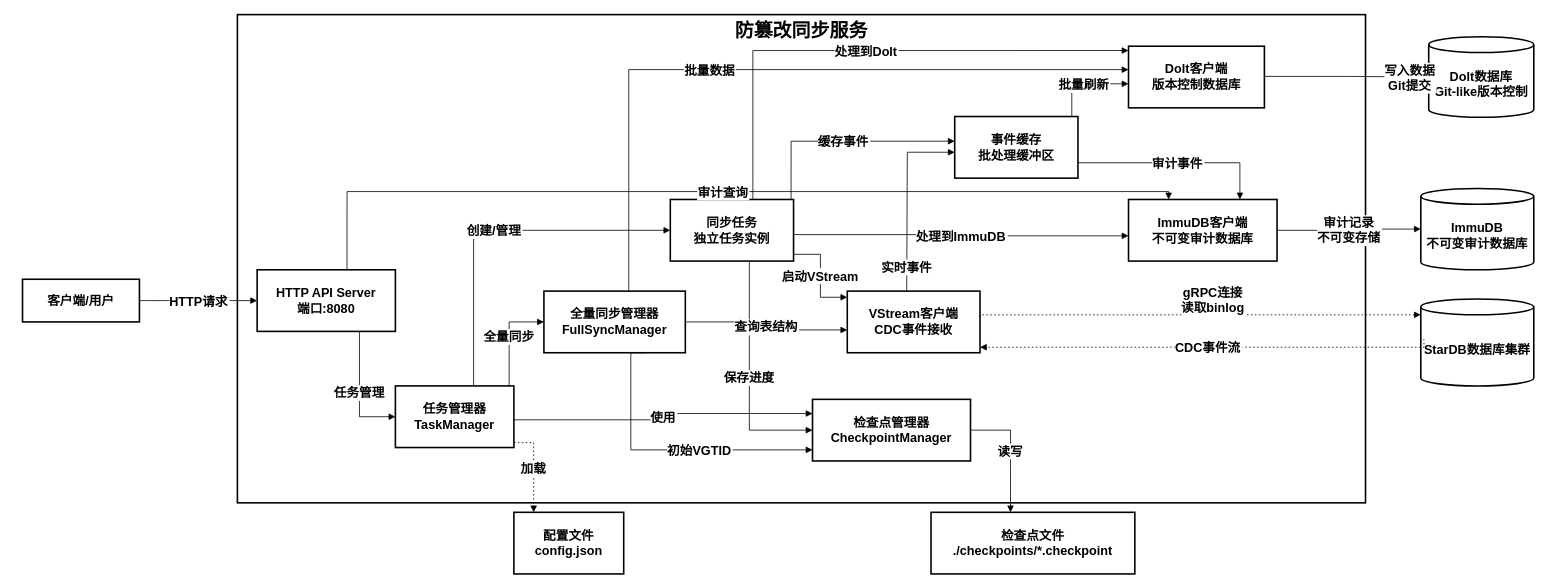
zjtheone/read-the-fxxk-code keeps this draw.io diagram as 未命名绘图.drawio. Above is the earlier version. Source tidied: cells renumbered, new cells numbered last; positions are measured from the earlier drawing's top-left corner, leaving out a move shared by most shapes. Both pictures are drawn from the tidied source at 79%, with x=0, y=0 at pixel (22, 14).
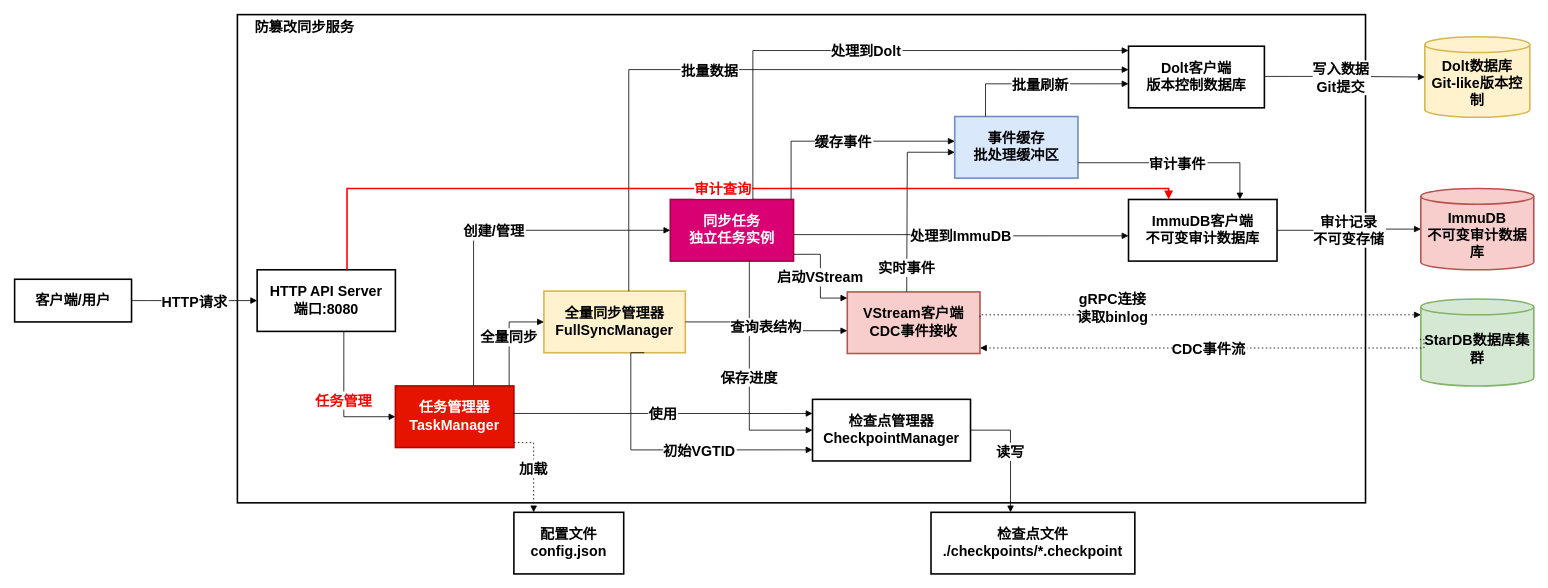
After the change.

The edit, as a diff of the source:
```diff
@@
-    <mxCell id="2" value="防篡改同步服务" style="whiteSpace=wrap;strokeWidth=2;verticalAlign=top;fontSize=24;fontStyle=1;" parent="1" vertex="1">
+    <mxCell id="2" value="    防篡改同步服务" style="whiteSpace=wrap;strokeWidth=2;verticalAlign=top;fontSize=18;fontStyle=1;align=left;" parent="1" vertex="1">
       <mxGeometry x="272" width="1428" height="618" as="geometry" />
     </mxCell>
-    <mxCell id="3" value="HTTP API Server&#10;端口:8080" style="whiteSpace=wrap;strokeWidth=2;fontSize=16;fontStyle=1;" parent="1" vertex="1">
+    <mxCell id="3" value="HTTP API Server&#10;端口:8080" style="whiteSpace=wrap;strokeWidth=2;fontSize=18;fontStyle=1;" parent="1" vertex="1">
       <mxGeometry x="297" y="323" width="175" height="78" as="geometry" />
     </mxCell>
-    <mxCell id="4" value="任务管理器&#10;TaskManager" style="whiteSpace=wrap;strokeWidth=2;fontSize=16;fontStyle=1;" parent="1" vertex="1">
+    <mxCell id="4" value="任务管理器&#10;TaskManager" style="whiteSpace=wrap;strokeWidth=2;fontSize=18;fontStyle=1;fillColor=#e51400;fontColor=#ffffff;strokeColor=#B20000;" parent="1" vertex="1">
       <mxGeometry x="472" y="470" width="150" height="78" as="geometry" />
     </mxCell>
-    <mxCell id="5" value="检查点管理器&#10;CheckpointManager" style="whiteSpace=wrap;strokeWidth=2;fontSize=16;fontStyle=1;" parent="1" vertex="1">
+    <mxCell id="5" value="检查点管理器&#10;CheckpointManager" style="whiteSpace=wrap;strokeWidth=2;fontSize=18;fontStyle=1;" parent="1" vertex="1">
       <mxGeometry x="1000" y="487" width="200" height="78" as="geometry" />
     </mxCell>
-    <mxCell id="6" value="全量同步管理器&#10;FullSyncManager" style="whiteSpace=wrap;strokeWidth=2;fontSize=16;fontStyle=1;" parent="1" vertex="1">
+    <mxCell id="6" value="全量同步管理器&#10;FullSyncManager" style="whiteSpace=wrap;strokeWidth=2;fontSize=18;fontStyle=1;fillColor=#fff2cc;strokeColor=#d6b656;" parent="1" vertex="1">
       <mxGeometry x="660" y="350" width="179" height="78" as="geometry" />
     </mxCell>
-    <mxCell id="7" value="VStream客户端&#10;CDC事件接收" style="whiteSpace=wrap;strokeWidth=2;fontSize=16;fontStyle=1;" parent="1" vertex="1">
-      <mxGeometry x="1044" y="350" width="168" height="78" as="geometry" />
+    <mxCell id="7" value="VStream客户端&#10;CDC事件接收" style="whiteSpace=wrap;strokeWidth=2;fontSize=18;fontStyle=1;fillColor=#f8cecc;strokeColor=#b85450;" parent="1" vertex="1">
+      <mxGeometry x="1044" y="351" width="168" height="78" as="geometry" />
     </mxCell>
-    <mxCell id="8" value="事件缓存&#10;批处理缓冲区" style="whiteSpace=wrap;strokeWidth=2;fontSize=16;fontStyle=1;" parent="1" vertex="1">
+    <mxCell id="8" value="事件缓存&#10;批处理缓冲区" style="whiteSpace=wrap;strokeWidth=2;fontSize=18;fontStyle=1;fillColor=#dae8fc;strokeColor=#6c8ebf;" parent="1" vertex="1">
       <mxGeometry x="1180" y="129" width="156" height="78" as="geometry" />
     </mxCell>
-    <mxCell id="9" value="同步任务&#10;独立任务实例" style="whiteSpace=wrap;strokeWidth=2;fontSize=16;fontStyle=1;" parent="1" vertex="1">
+    <mxCell id="9" value="同步任务&#10;独立任务实例" style="whiteSpace=wrap;strokeWidth=2;fontSize=18;fontStyle=1;fillColor=#d80073;fontColor=#ffffff;strokeColor=#A50040;" parent="1" vertex="1">
       <mxGeometry x="820" y="234" width="156" height="78" as="geometry" />
     </mxCell>
-    <mxCell id="10" value="Dolt客户端&#10;版本控制数据库" style="whiteSpace=wrap;strokeWidth=2;fontSize=16;fontStyle=1;" parent="1" vertex="1">
+    <mxCell id="10" value="Dolt客户端&#10;版本控制数据库" style="whiteSpace=wrap;strokeWidth=2;fontSize=18;fontStyle=1;" parent="1" vertex="1">
       <mxGeometry x="1400" y="40" width="172" height="78" as="geometry" />
     </mxCell>
-    <mxCell id="11" value="ImmuDB客户端&#10;不可变审计数据库" style="whiteSpace=wrap;strokeWidth=2;fontSize=16;fontStyle=1;" parent="1" vertex="1">
+    <mxCell id="11" value="ImmuDB客户端&#10;不可变审计数据库" style="whiteSpace=wrap;strokeWidth=2;fontSize=18;fontStyle=1;" parent="1" vertex="1">
       <mxGeometry x="1400" y="234" width="188" height="78" as="geometry" />
     </mxCell>
-    <mxCell id="12" value="客户端/用户" style="whiteSpace=wrap;strokeWidth=2;fontSize=16;fontStyle=1;" parent="1" vertex="1">
-      <mxGeometry y="335" width="148" height="54" as="geometry" />
+    <mxCell id="12" value="客户端/用户" style="whiteSpace=wrap;strokeWidth=2;fontSize=18;fontStyle=1;" parent="1" vertex="1">
+      <mxGeometry x="-10" y="335" width="148" height="54" as="geometry" />
     </mxCell>
-    <mxCell id="13" value="StarDB数据库集群" style="shape=cylinder3;boundedLbl=1;backgroundOutline=1;size=10;strokeWidth=2;whiteSpace=wrap;fontSize=16;fontStyle=1;" parent="1" vertex="1">
+    <mxCell id="13" value="StarDB数据库集群" style="shape=cylinder3;boundedLbl=1;backgroundOutline=1;size=10;strokeWidth=2;whiteSpace=wrap;fontSize=18;fontStyle=1;fillColor=#d5e8d4;strokeColor=#82b366;" parent="1" vertex="1">
       <mxGeometry x="1770" y="360" width="143" height="110" as="geometry" />
     </mxCell>
-    <mxCell id="14" value="Dolt数据库&#10;Git-like版本控制" style="shape=cylinder3;boundedLbl=1;backgroundOutline=1;size=10;strokeWidth=2;whiteSpace=wrap;fontSize=16;fontStyle=1;" parent="1" vertex="1">
-      <mxGeometry x="1780" y="28" width="133" height="102" as="geometry" />
+    <mxCell id="14" value="Dolt数据库&#10;Git-like版本控制" style="shape=cylinder3;boundedLbl=1;backgroundOutline=1;size=10;strokeWidth=2;whiteSpace=wrap;fontSize=18;fontStyle=1;fillColor=#fff2cc;strokeColor=#d6b656;" parent="1" vertex="1">
+      <mxGeometry x="1775" y="28" width="133" height="102" as="geometry" />
     </mxCell>
-    <mxCell id="15" value="ImmuDB&#10;不可变审计数据库" style="shape=cylinder3;boundedLbl=1;backgroundOutline=1;size=10;strokeWidth=2;whiteSpace=wrap;fontSize=16;fontStyle=1;" parent="1" vertex="1">
+    <mxCell id="15" value="ImmuDB&#10;不可变审计数据库" style="shape=cylinder3;boundedLbl=1;backgroundOutline=1;size=10;strokeWidth=2;whiteSpace=wrap;fontSize=18;fontStyle=1;fillColor=#f8cecc;strokeColor=#b85450;" parent="1" vertex="1">
       <mxGeometry x="1770" y="220" width="143" height="103" as="geometry" />
     </mxCell>
-    <mxCell id="16" value="检查点文件&#10;./checkpoints/*.checkpoint" style="whiteSpace=wrap;strokeWidth=2;fontSize=16;fontStyle=1;" parent="1" vertex="1">
+    <mxCell id="16" value="检查点文件&#10;./checkpoints/*.checkpoint" style="whiteSpace=wrap;strokeWidth=2;fontSize=18;fontStyle=1;" parent="1" vertex="1">
       <mxGeometry x="1150" y="630" width="258" height="78" as="geometry" />
     </mxCell>
-    <mxCell id="17" value="配置文件&#10;config.json" style="whiteSpace=wrap;strokeWidth=2;fontSize=16;fontStyle=1;" parent="1" vertex="1">
+    <mxCell id="17" value="配置文件&#10;config.json" style="whiteSpace=wrap;strokeWidth=2;fontSize=18;fontStyle=1;" parent="1" vertex="1">
       <mxGeometry x="622" y="630" width="139" height="78" as="geometry" />
     </mxCell>
-    <mxCell id="18" value="HTTP请求" style="curved=1;startArrow=none;endArrow=block;exitX=1;exitY=0.5;entryX=0;entryY=0.5;rounded=0;fontSize=16;fontStyle=1;" parent="1" edge="1" source="12" target="3">
+    <mxCell id="18" value="HTTP请求" style="curved=1;startArrow=none;endArrow=block;exitX=1;exitY=0.5;entryX=0;entryY=0.5;rounded=0;fontSize=18;fontStyle=1;" parent="1" edge="1" source="12" target="3">
       <mxGeometry relative="1" as="geometry" />
     </mxCell>
-    <mxCell id="19" value="任务管理" style="startArrow=none;endArrow=block;exitX=0.74;exitY=1;entryX=0;entryY=0.5;rounded=0;edgeStyle=orthogonalEdgeStyle;fontSize=16;fontStyle=1;" parent="1" edge="1" source="3" target="4">
-      <mxGeometry relative="1" as="geometry" />
+    <mxCell id="19" value="任务管理" style="startArrow=none;endArrow=block;exitX=0.627;exitY=0.997;entryX=0;entryY=0.5;rounded=0;edgeStyle=orthogonalEdgeStyle;fontSize=18;fontStyle=1;exitDx=0;exitDy=0;exitPerimeter=0;fontColor=#FF0000;" parent="1" edge="1" source="3" target="4">
+      <mxGeometry relative="1" as="geometry">
+        <Array as="points">
+          <mxPoint x="407" y="509" />
+        </Array>
+      </mxGeometry>
     </mxCell>
-    <mxCell id="20" value="审计查询" style="startArrow=none;endArrow=block;exitX=0.65;exitY=0;entryX=0.27;entryY=0;rounded=0;edgeStyle=orthogonalEdgeStyle;fontSize=16;fontStyle=1;" parent="1" edge="1" source="3" target="11">
-      <mxGeometry relative="1" as="geometry" />
+    <mxCell id="20" value="审计查询" style="startArrow=none;endArrow=block;exitX=0.65;exitY=0;entryX=0.27;entryY=0;rounded=0;edgeStyle=orthogonalEdgeStyle;fontSize=18;fontStyle=1;fontColor=#FF0000;strokeWidth=2;strokeColor=#FF0000;" parent="1" edge="1" source="3" target="11">
+      <mxGeometry relative="1" as="geometry">
+        <Array as="points">
+          <mxPoint x="411" y="220" />
+          <mxPoint x="1451" y="220" />
+        </Array>
+      </mxGeometry>
     </mxCell>
-    <mxCell id="21" value="创建/管理" style="startArrow=none;endArrow=block;exitX=0.66;exitY=0;entryX=0;entryY=0.5;rounded=0;edgeStyle=orthogonalEdgeStyle;fontSize=16;fontStyle=1;" parent="1" edge="1" source="4" target="9">
+    <mxCell id="21" value="创建/管理" style="startArrow=none;endArrow=block;exitX=0.66;exitY=0;entryX=0;entryY=0.5;rounded=0;edgeStyle=orthogonalEdgeStyle;fontSize=18;fontStyle=1;" parent="1" edge="1" source="4" target="9">
       <mxGeometry relative="1" as="geometry" />
     </mxCell>
-    <mxCell id="22" value="使用" style="startArrow=none;endArrow=block;exitX=1;exitY=0.55;entryX=0;entryY=0.23;rounded=0;edgeStyle=orthogonalEdgeStyle;fontSize=16;fontStyle=1;" parent="1" edge="1" source="4" target="5">
+    <mxCell id="22" value="使用" style="startArrow=none;endArrow=block;exitX=0.992;exitY=0.447;entryX=0;entryY=0.23;rounded=0;edgeStyle=orthogonalEdgeStyle;fontSize=18;fontStyle=1;exitDx=0;exitDy=0;exitPerimeter=0;" parent="1" edge="1" source="4" target="5">
       <mxGeometry relative="1" as="geometry" />
     </mxCell>
-    <mxCell id="23" value="全量同步" style="startArrow=none;endArrow=block;exitX=0.96;exitY=0;entryX=0;entryY=0.5;rounded=0;edgeStyle=orthogonalEdgeStyle;fontSize=16;fontStyle=1;" parent="1" edge="1" source="4" target="6">
+    <mxCell id="23" value="全量同步" style="startArrow=none;endArrow=block;exitX=0.96;exitY=0;entryX=0;entryY=0.5;rounded=0;edgeStyle=orthogonalEdgeStyle;fontSize=18;fontStyle=1;" parent="1" edge="1" source="4" target="6">
       <mxGeometry relative="1" as="geometry" />
     </mxCell>
-    <mxCell id="24" value="启动VStream" style="startArrow=none;endArrow=block;exitX=1;exitY=0.89;entryX=0;entryY=0.1;rounded=0;edgeStyle=orthogonalEdgeStyle;fontSize=16;fontStyle=1;" parent="1" edge="1" source="9" target="7">
+    <mxCell id="24" value="启动VStream" style="startArrow=none;endArrow=block;exitX=1;exitY=0.89;entryX=0;entryY=0.1;rounded=0;edgeStyle=orthogonalEdgeStyle;fontSize=18;fontStyle=1;" parent="1" edge="1" source="9" target="7">
       <mxGeometry relative="1" as="geometry" />
     </mxCell>
-    <mxCell id="25" value="缓存事件" style="startArrow=none;endArrow=block;exitX=0.98;exitY=0;entryX=0;entryY=0.4;rounded=0;edgeStyle=orthogonalEdgeStyle;fontSize=16;fontStyle=1;" parent="1" edge="1" source="9" target="8">
+    <mxCell id="25" value="缓存事件" style="startArrow=none;endArrow=block;exitX=0.98;exitY=0;entryX=0;entryY=0.4;rounded=0;edgeStyle=orthogonalEdgeStyle;fontSize=18;fontStyle=1;" parent="1" edge="1" source="9" target="8">
       <mxGeometry relative="1" as="geometry" />
     </mxCell>
-    <mxCell id="26" value="处理到Dolt" style="startArrow=none;endArrow=block;exitX=0.67;exitY=0;entryX=0;entryY=0.07;rounded=0;edgeStyle=orthogonalEdgeStyle;fontSize=16;fontStyle=1;" parent="1" edge="1" source="9" target="10">
+    <mxCell id="26" value="处理到Dolt" style="startArrow=none;endArrow=block;exitX=0.67;exitY=0;entryX=0;entryY=0.07;rounded=0;edgeStyle=orthogonalEdgeStyle;fontSize=18;fontStyle=1;" parent="1" edge="1" source="9" target="10">
       <mxGeometry relative="1" as="geometry" />
     </mxCell>
-    <mxCell id="27" value="处理到ImmuDB" style="startArrow=none;endArrow=block;exitX=1;exitY=0.57;entryX=0;entryY=0.59;rounded=0;edgeStyle=orthogonalEdgeStyle;fontSize=16;fontStyle=1;" parent="1" edge="1" source="9" target="11">
+    <mxCell id="27" value="处理到ImmuDB" style="startArrow=none;endArrow=block;exitX=1;exitY=0.57;entryX=0;entryY=0.59;rounded=0;edgeStyle=orthogonalEdgeStyle;fontSize=18;fontStyle=1;" parent="1" edge="1" source="9" target="11">
       <mxGeometry relative="1" as="geometry" />
     </mxCell>
-    <mxCell id="28" value="保存进度" style="startArrow=none;endArrow=block;exitX=0.65;exitY=1;entryX=0;entryY=0.5;rounded=0;edgeStyle=orthogonalEdgeStyle;fontSize=16;fontStyle=1;" parent="1" edge="1" source="9" target="5">
+    <mxCell id="28" value="保存进度" style="startArrow=none;endArrow=block;exitX=0.65;exitY=1;entryX=0;entryY=0.5;rounded=0;edgeStyle=orthogonalEdgeStyle;fontSize=18;fontStyle=1;" parent="1" edge="1" source="9" target="5">
       <mxGeometry relative="1" as="geometry">
         <Array as="points">
           <mxPoint x="920" y="312" />
           <mxPoint x="920" y="526" />
         </Array>
       </mxGeometry>
     </mxCell>
-    <mxCell id="29" value="gRPC连接&#10;读取binlog" style="dashed=1;dashPattern=2 3;startArrow=none;endArrow=block;exitX=1;exitY=0.41;rounded=0;edgeStyle=orthogonalEdgeStyle;fontSize=16;fontStyle=1;" parent="1" edge="1" source="7" target="13">
-      <mxGeometry x="0.06" y="19" relative="1" as="geometry">
+    <mxCell id="29" value="gRPC连接&#10;读取binlog" style="dashed=1;dashPattern=2 3;startArrow=none;endArrow=block;exitX=1;exitY=0.41;rounded=0;edgeStyle=orthogonalEdgeStyle;fontSize=18;fontStyle=1;" parent="1" edge="1" source="7" target="13">
+      <mxGeometry x="-0.39" y="10" relative="1" as="geometry">
         <Array as="points">
           <mxPoint x="1212" y="380" />
         </Array>
       </mxGeometry>
     </mxCell>
-    <mxCell id="30" value="查询表结构" style="startArrow=none;endArrow=block;exitX=1;exitY=0.5;entryX=0;entryY=0.63;rounded=0;edgeStyle=orthogonalEdgeStyle;fontSize=16;fontStyle=1;" parent="1" edge="1" source="6" target="7">
+    <mxCell id="30" value="查询表结构" style="startArrow=none;endArrow=block;exitX=1;exitY=0.5;entryX=0;entryY=0.63;rounded=0;edgeStyle=orthogonalEdgeStyle;fontSize=18;fontStyle=1;" parent="1" edge="1" source="6" target="7">
       <mxGeometry relative="1" as="geometry" />
     </mxCell>
-    <mxCell id="31" value="批量数据" style="startArrow=none;endArrow=block;exitX=0.6;exitY=0;entryX=0;entryY=0.38;rounded=0;edgeStyle=orthogonalEdgeStyle;fontSize=16;fontStyle=1;" parent="1" edge="1" source="6" target="10">
+    <mxCell id="31" value="批量数据" style="startArrow=none;endArrow=block;exitX=0.6;exitY=0;entryX=0;entryY=0.38;rounded=0;edgeStyle=orthogonalEdgeStyle;fontSize=18;fontStyle=1;" parent="1" edge="1" source="6" target="10">
       <mxGeometry x="-0.16" relative="1" as="geometry" />
     </mxCell>
-    <mxCell id="32" value="初始VGTID" style="startArrow=none;endArrow=block;exitX=0.71;exitY=1;entryX=0;entryY=0.82;rounded=0;edgeStyle=orthogonalEdgeStyle;fontSize=16;fontStyle=1;" parent="1" edge="1" source="6" target="5">
+    <mxCell id="32" value="初始VGTID" style="startArrow=none;endArrow=block;exitX=0.71;exitY=1;entryX=0;entryY=0.82;rounded=0;edgeStyle=orthogonalEdgeStyle;fontSize=18;fontStyle=1;" parent="1" edge="1" source="6" target="5">
       <mxGeometry x="0.23" relative="1" as="geometry">
         <Array as="points">
           <mxPoint x="770" y="428" />
           <mxPoint x="770" y="551" />
         </Array>
         <mxPoint x="-1" as="offset" />
       </mxGeometry>
     </mxCell>
-    <mxCell id="33" value="批量刷新" style="startArrow=none;endArrow=block;exitX=0.95;exitY=0;entryX=0;entryY=0.61;rounded=0;edgeStyle=orthogonalEdgeStyle;fontSize=16;fontStyle=1;" parent="1" edge="1" source="8" target="10">
+    <mxCell id="33" value="批量刷新" style="startArrow=none;endArrow=block;exitX=0.25;exitY=0;entryX=0;entryY=0.61;rounded=0;edgeStyle=orthogonalEdgeStyle;fontSize=18;fontStyle=1;exitDx=0;exitDy=0;" parent="1" edge="1" source="8" target="10">
       <mxGeometry relative="1" as="geometry" />
     </mxCell>
-    <mxCell id="34" value="审计事件" style="startArrow=none;endArrow=block;exitX=1;exitY=0.75;entryX=0.75;entryY=0;rounded=0;edgeStyle=orthogonalEdgeStyle;exitDx=0;exitDy=0;entryDx=0;entryDy=0;fontSize=16;fontStyle=1;" parent="1" edge="1" source="8" target="11">
+    <mxCell id="34" value="审计事件" style="startArrow=none;endArrow=block;exitX=1;exitY=0.75;entryX=0.75;entryY=0;rounded=0;edgeStyle=orthogonalEdgeStyle;exitDx=0;exitDy=0;entryDx=0;entryDy=0;fontSize=18;fontStyle=1;" parent="1" edge="1" source="8" target="11">
       <mxGeometry relative="1" as="geometry">
         <Array as="points">
           <mxPoint x="1541" y="188" />
         </Array>
       </mxGeometry>
     </mxCell>
-    <mxCell id="35" value="写入数据&#10;Git提交" style="startArrow=none;endArrow=block;exitX=1;exitY=0.49;entryX=0;entryY=0.5;rounded=0;edgeStyle=orthogonalEdgeStyle;fontSize=16;fontStyle=1;" parent="1" edge="1" source="10" target="14">
-      <mxGeometry x="0.77" relative="1" as="geometry" />
+    <mxCell id="35" value="写入数据&#10;Git提交" style="startArrow=none;endArrow=block;exitX=1;exitY=0.49;entryX=0;entryY=0.5;rounded=0;edgeStyle=orthogonalEdgeStyle;fontSize=18;fontStyle=1;" parent="1" edge="1" source="10" target="14">
+      <mxGeometry x="-0.05" y="-1" relative="1" as="geometry" />
     </mxCell>
-    <mxCell id="36" value="审计记录&#10;不可变存储" style="startArrow=none;endArrow=block;exitX=1;exitY=0.5;entryX=0;entryY=0.5;rounded=0;fontSize=16;fontStyle=1;edgeStyle=orthogonalEdgeStyle;" parent="1" edge="1" source="11" target="15">
+    <mxCell id="36" value="审计记录&#10;不可变存储" style="startArrow=none;endArrow=block;exitX=1;exitY=0.5;entryX=0;entryY=0.5;rounded=0;fontSize=18;fontStyle=1;edgeStyle=orthogonalEdgeStyle;" parent="1" edge="1" source="11" target="15">
       <mxGeometry relative="1" as="geometry" />
     </mxCell>
-    <mxCell id="37" value="读写" style="startArrow=none;endArrow=block;exitX=1;exitY=0.5;entryX=0.39;entryY=0;rounded=0;edgeStyle=orthogonalEdgeStyle;fontSize=16;fontStyle=1;" parent="1" edge="1" source="5" target="16">
+    <mxCell id="37" value="读写" style="startArrow=none;endArrow=block;exitX=1;exitY=0.5;entryX=0.39;entryY=0;rounded=0;edgeStyle=orthogonalEdgeStyle;fontSize=18;fontStyle=1;" parent="1" edge="1" source="5" target="16">
       <mxGeometry relative="1" as="geometry" />
     </mxCell>
-    <mxCell id="38" value="加载" style="dashed=1;dashPattern=2 3;startArrow=none;endArrow=block;exitX=1;exitY=0.92;entryX=0.18;entryY=0;rounded=0;edgeStyle=orthogonalEdgeStyle;fontSize=16;fontStyle=1;" parent="1" edge="1" source="4" target="17">
+    <mxCell id="38" value="加载" style="dashed=1;dashPattern=2 3;startArrow=none;endArrow=block;exitX=1;exitY=0.92;entryX=0.18;entryY=0;rounded=0;edgeStyle=orthogonalEdgeStyle;fontSize=18;fontStyle=1;" parent="1" edge="1" source="4" target="17">
       <mxGeometry relative="1" as="geometry" />
     </mxCell>
-    <mxCell id="39" value="CDC事件流" style="dashed=1;dashPattern=2 3;startArrow=none;endArrow=block;entryX=1;entryY=0.91;rounded=0;edgeStyle=orthogonalEdgeStyle;fontSize=16;fontStyle=1;exitX=-0.004;exitY=0.473;exitDx=0;exitDy=0;exitPerimeter=0;" parent="1" edge="1" source="13" target="7">
+    <mxCell id="39" value="CDC事件流" style="dashed=1;dashPattern=2 3;startArrow=none;endArrow=block;entryX=1;entryY=0.91;rounded=0;edgeStyle=orthogonalEdgeStyle;fontSize=18;fontStyle=1;exitX=-0.004;exitY=0.473;exitDx=0;exitDy=0;exitPerimeter=0;" parent="1" edge="1" source="13" target="7">
       <mxGeometry relative="1" as="geometry">
         <Array as="points">
           <mxPoint x="1774" y="411" />
         </Array>
       </mxGeometry>
     </mxCell>
-    <mxCell id="40" value="实时事件" style="startArrow=none;endArrow=block;entryX=0;entryY=0.58;rounded=0;edgeStyle=orthogonalEdgeStyle;fontSize=16;fontStyle=1;exitX=0.448;exitY=-0.002;exitDx=0;exitDy=0;exitPerimeter=0;" parent="1" edge="1" source="7" target="8">
+    <mxCell id="40" value="实时事件" style="startArrow=none;endArrow=block;entryX=0;entryY=0.58;rounded=0;edgeStyle=orthogonalEdgeStyle;fontSize=18;fontStyle=1;exitX=0.448;exitY=-0.002;exitDx=0;exitDy=0;exitPerimeter=0;" parent="1" edge="1" source="7" target="8">
       <mxGeometry x="-0.74" relative="1" as="geometry">
         <Array as="points">
           <mxPoint x="1119" y="340" />
           <mxPoint x="1120" y="340" />
           <mxPoint x="1120" y="174" />
         </Array>
       </mxGeometry>
     </mxCell>
```
